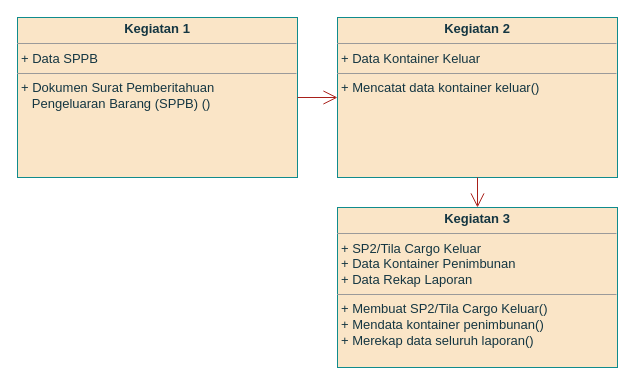
This is page "keluar" (2 of 2) of Class Diagram pa tata.drawio from cuangshulhan/Flowchart, a draw.io file, before an edit. Source tidied: cells renumbered, new cells numbered last; positions are measured from the earlier drawing's top-left corner, leaving out a move shared by most shapes. Both pictures are drawn from the tidied source at 100%, with x=0, y=0 at pixel (17, 17).
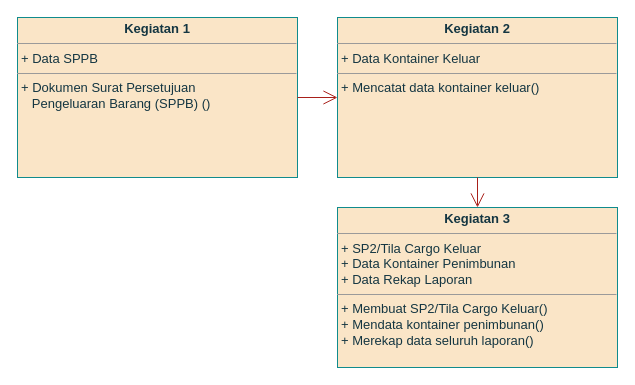
The same page after the edit.

Change to the diagram source:
```diff
@@
 <mxGraphModel>
   <root>
     <mxCell id="0" />
     <mxCell id="1" parent="0" />
-    <mxCell id="2" value="&lt;p style=&quot;margin: 4px 0px 0px ; text-align: center ; font-size: 13px&quot;&gt;&lt;font style=&quot;font-size: 13px&quot;&gt;&lt;b&gt;Kegiatan 1&lt;br&gt;&lt;/b&gt;&lt;/font&gt;&lt;/p&gt;&lt;hr style=&quot;font-size: 13px&quot; size=&quot;1&quot;&gt;&lt;p style=&quot;margin: 0px 0px 0px 4px ; font-size: 13px&quot;&gt;&lt;font style=&quot;font-size: 13px&quot;&gt;+ Data &lt;/font&gt;&lt;font style=&quot;font-size: 13px&quot;&gt;&lt;font style=&quot;font-size: 13px&quot;&gt;SPPB&lt;/font&gt;&lt;/font&gt;&lt;/p&gt;&lt;hr style=&quot;font-size: 13px&quot; size=&quot;1&quot;&gt;&lt;p style=&quot;margin: 0px 0px 0px 4px ; font-size: 13px&quot;&gt;&lt;font style=&quot;font-size: 13px&quot;&gt;+ Dokumen Surat Pemberitahuan &lt;br&gt;&lt;/font&gt;&lt;/p&gt;&lt;p style=&quot;margin: 0px 0px 0px 4px ; font-size: 13px&quot;&gt;&lt;font style=&quot;font-size: 13px&quot;&gt;&amp;nbsp;&amp;nbsp; Pengeluaran Barang (SPPB) ()&lt;br&gt;&lt;/font&gt;&lt;/p&gt;" style="verticalAlign=top;align=left;overflow=fill;fontSize=12;fontFamily=Helvetica;html=1;fillColor=#FAE5C7;strokeColor=#0F8B8D;fontColor=#143642;" parent="1" vertex="1">
+    <mxCell id="2" value="&lt;p style=&quot;margin: 4px 0px 0px ; text-align: center ; font-size: 13px&quot;&gt;&lt;font style=&quot;font-size: 13px&quot;&gt;&lt;b&gt;Kegiatan 1&lt;br&gt;&lt;/b&gt;&lt;/font&gt;&lt;/p&gt;&lt;hr style=&quot;font-size: 13px&quot; size=&quot;1&quot;&gt;&lt;p style=&quot;margin: 0px 0px 0px 4px ; font-size: 13px&quot;&gt;&lt;font style=&quot;font-size: 13px&quot;&gt;+ Data &lt;/font&gt;&lt;font style=&quot;font-size: 13px&quot;&gt;&lt;font style=&quot;font-size: 13px&quot;&gt;SPPB&lt;/font&gt;&lt;/font&gt;&lt;/p&gt;&lt;hr style=&quot;font-size: 13px&quot; size=&quot;1&quot;&gt;&lt;p style=&quot;margin: 0px 0px 0px 4px ; font-size: 13px&quot;&gt;&lt;font style=&quot;font-size: 13px&quot;&gt;+ Dokumen Surat Persetujuan&lt;br&gt;&lt;/font&gt;&lt;/p&gt;&lt;p style=&quot;margin: 0px 0px 0px 4px ; font-size: 13px&quot;&gt;&lt;font style=&quot;font-size: 13px&quot;&gt;&amp;nbsp;&amp;nbsp; Pengeluaran Barang (SPPB) ()&lt;br&gt;&lt;/font&gt;&lt;/p&gt;" style="verticalAlign=top;align=left;overflow=fill;fontSize=12;fontFamily=Helvetica;html=1;fillColor=#FAE5C7;strokeColor=#0F8B8D;fontColor=#143642;" parent="1" vertex="1">
       <mxGeometry width="280" height="160" as="geometry" />
     </mxCell>
     <mxCell id="3" value="&lt;p style=&quot;margin: 4px 0px 0px ; text-align: center ; font-size: 13px&quot;&gt;&lt;font style=&quot;font-size: 13px&quot;&gt;&lt;b&gt;Kegiatan 2&lt;br&gt;&lt;/b&gt;&lt;/font&gt;&lt;/p&gt;&lt;hr style=&quot;font-size: 13px&quot; size=&quot;1&quot;&gt;&lt;p style=&quot;margin: 0px 0px 0px 4px ; font-size: 13px&quot;&gt;&lt;font style=&quot;font-size: 13px&quot;&gt;+ Data Kontainer Keluar&lt;/font&gt;&lt;/p&gt;&lt;hr style=&quot;font-size: 13px&quot; size=&quot;1&quot;&gt;&lt;p style=&quot;margin: 0px 0px 0px 4px ; font-size: 13px&quot;&gt;&lt;font style=&quot;font-size: 13px&quot;&gt;+ Mencatat data kontainer keluar()&lt;/font&gt;&lt;/p&gt;" style="verticalAlign=top;align=left;overflow=fill;fontSize=12;fontFamily=Helvetica;html=1;fillColor=#FAE5C7;strokeColor=#0F8B8D;fontColor=#143642;" parent="1" vertex="1">
       <mxGeometry x="320" width="280" height="160" as="geometry" />
     </mxCell>
     <mxCell id="4" value="&lt;p style=&quot;margin: 4px 0px 0px ; text-align: center ; font-size: 13px&quot;&gt;&lt;font style=&quot;font-size: 13px&quot;&gt;&lt;b&gt;Kegiatan 3&lt;br&gt;&lt;/b&gt;&lt;/font&gt;&lt;/p&gt;&lt;hr style=&quot;font-size: 13px&quot; size=&quot;1&quot;&gt;&lt;p style=&quot;margin: 0px 0px 0px 4px ; font-size: 13px&quot;&gt;&lt;font style=&quot;font-size: 13px&quot;&gt;+ SP2/Tila Cargo Keluar&lt;/font&gt;&lt;/p&gt;&lt;p style=&quot;margin: 0px 0px 0px 4px ; font-size: 13px&quot;&gt;&lt;font style=&quot;font-size: 13px&quot;&gt;+ Data Kontainer Penimbunan&lt;/font&gt;&lt;/p&gt;&lt;p style=&quot;margin: 0px 0px 0px 4px ; font-size: 13px&quot;&gt;&lt;font style=&quot;font-size: 13px&quot;&gt;+ Data Rekap Laporan&lt;br&gt;&lt;/font&gt;&lt;/p&gt;&lt;hr style=&quot;font-size: 13px&quot; size=&quot;1&quot;&gt;&lt;p style=&quot;margin: 0px 0px 0px 4px ; font-size: 13px&quot;&gt;&lt;font style=&quot;font-size: 13px&quot;&gt;+ Membuat SP2/Tila Cargo Keluar()&lt;/font&gt;&lt;/p&gt;&lt;p style=&quot;margin: 0px 0px 0px 4px ; font-size: 13px&quot;&gt;&lt;font style=&quot;font-size: 13px&quot;&gt;+ Mendata kontainer penimbunan()&lt;/font&gt;&lt;/p&gt;&lt;p style=&quot;margin: 0px 0px 0px 4px ; font-size: 13px&quot;&gt;&lt;font style=&quot;font-size: 13px&quot;&gt;+ Merekap data seluruh laporan()&lt;br&gt;&lt;/font&gt;&lt;/p&gt;" style="verticalAlign=top;align=left;overflow=fill;fontSize=12;fontFamily=Helvetica;html=1;fillColor=#FAE5C7;strokeColor=#0F8B8D;fontColor=#143642;" parent="1" vertex="1">
       <mxGeometry x="320" y="190" width="280" height="160" as="geometry" />
     </mxCell>
     <mxCell id="5" style="endArrow=open;endFill=1;endSize=12;html=1;labelBackgroundColor=#DAD2D8;strokeColor=#A8201A;fontColor=#143642;exitX=1;exitY=0.5;exitDx=0;exitDy=0;" parent="1" edge="1" source="2" target="3">
       <mxGeometry relative="1" as="geometry" />
     </mxCell>
     <mxCell id="6" style="endArrow=open;endFill=1;endSize=12;html=1;exitX=0.5;exitY=1;exitDx=0;exitDy=0;entryX=0.5;entryY=0;entryDx=0;entryDy=0;labelBackgroundColor=#DAD2D8;strokeColor=#A8201A;fontColor=#143642;" parent="1" edge="1" source="3" target="4">
       <mxGeometry relative="1" as="geometry" />
     </mxCell>
   </root>
 </mxGraphModel>
```
